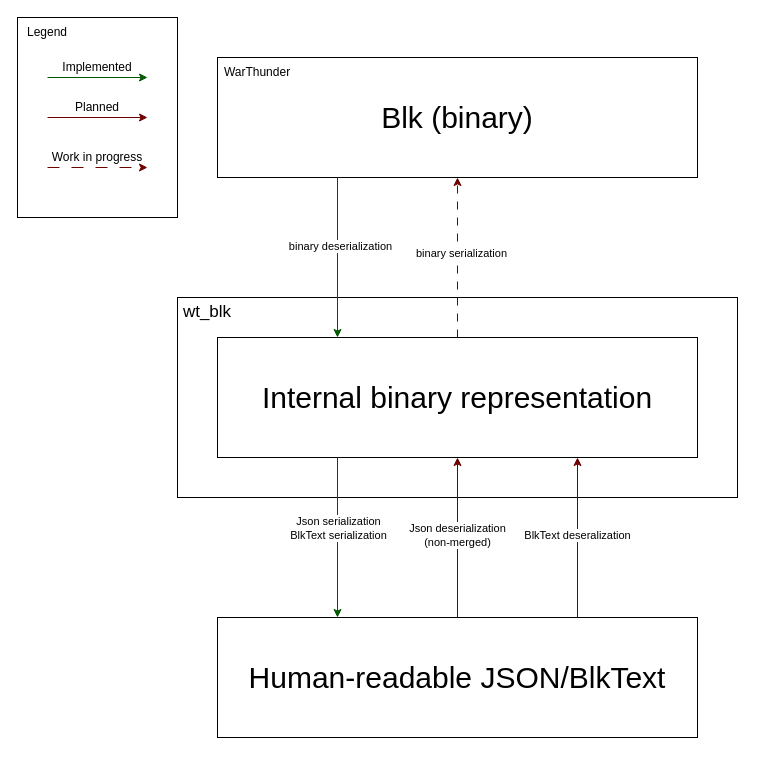
Earlier version of the draw.io diagram charts/blk_conversions.drawio (Warthunder-Open-Source-Foundation/wt_blk). Source tidied: cells renumbered, new cells numbered last; positions are measured from the earlier drawing's top-left corner, leaving out a move shared by most shapes. Both pictures are drawn from the tidied source at 100%, with x=0, y=0 at pixel (17, 17).
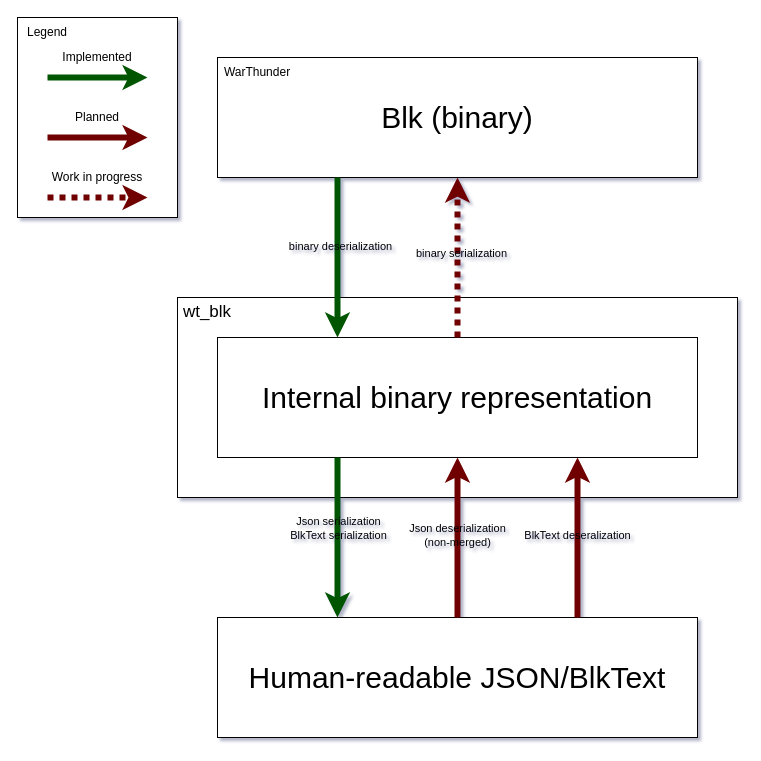
The same page after the edit.

Commit message (it also covers changes not shown here):
Use different commit action

Change to the diagram source:
```diff
@@
-<mxGraphModel>
+<mxGraphModel background="#FFFFFF" shadow="1">
@@
-    <mxCell id="2" style="rounded=0;whiteSpace=wrap;html=1;" parent="1" vertex="1">
+    <mxCell id="2" style="rounded=0;whiteSpace=wrap;html=1;labelBackgroundColor=none;" parent="1" vertex="1">
       <mxGeometry x="160" y="280" width="560" height="200" as="geometry" />
     </mxCell>
-    <mxCell id="3" value="&lt;font style=&quot;font-size: 17px;&quot;&gt;wt_blk&lt;/font&gt;" style="text;html=1;strokeColor=none;fillColor=none;align=center;verticalAlign=middle;whiteSpace=wrap;rounded=0;" parent="1" vertex="1">
+    <mxCell id="3" value="&lt;font style=&quot;font-size: 17px;&quot;&gt;wt_blk&lt;/font&gt;" style="text;html=1;strokeColor=none;fillColor=none;align=center;verticalAlign=middle;whiteSpace=wrap;rounded=0;labelBackgroundColor=none;" parent="1" vertex="1">
       <mxGeometry x="160" y="280" width="60" height="30" as="geometry" />
     </mxCell>
-    <mxCell id="4" value="&lt;font style=&quot;font-size: 30px;&quot;&gt;Blk (binary)&lt;/font&gt;" style="rounded=0;whiteSpace=wrap;html=1;" parent="1" vertex="1">
+    <mxCell id="4" value="&lt;font style=&quot;font-size: 30px;&quot;&gt;Blk (binary)&lt;/font&gt;" style="rounded=0;whiteSpace=wrap;html=1;labelBackgroundColor=none;" parent="1" vertex="1">
       <mxGeometry x="200" y="40" width="480" height="120" as="geometry" />
     </mxCell>
-    <mxCell id="5" value="WarThunder" style="text;html=1;strokeColor=none;fillColor=none;align=center;verticalAlign=middle;whiteSpace=wrap;rounded=0;" parent="1" vertex="1">
+    <mxCell id="5" value="WarThunder" style="text;html=1;strokeColor=none;fillColor=none;align=center;verticalAlign=middle;whiteSpace=wrap;rounded=0;labelBackgroundColor=none;" parent="1" vertex="1">
       <mxGeometry x="200" y="40" width="80" height="30" as="geometry" />
     </mxCell>
-    <mxCell id="6" value="&lt;font style=&quot;font-size: 30px;&quot;&gt;Internal binary representation&lt;/font&gt;" style="rounded=0;whiteSpace=wrap;html=1;" parent="1" vertex="1">
+    <mxCell id="6" value="&lt;font style=&quot;font-size: 30px;&quot;&gt;Internal binary representation&lt;/font&gt;" style="rounded=0;whiteSpace=wrap;html=1;labelBackgroundColor=none;" parent="1" vertex="1">
       <mxGeometry x="200" y="320" width="480" height="120" as="geometry" />
     </mxCell>
-    <mxCell id="7" style="endArrow=classic;html=1;rounded=0;exitX=0.5;exitY=0;exitDx=0;exitDy=0;entryX=0.5;entryY=1;entryDx=0;entryDy=0;fillColor=#a20025;strokeColor=#6F0000;dashed=1;dashPattern=8 8;" parent="1" edge="1" source="6" target="4">
+    <mxCell id="7" style="endArrow=classic;html=1;rounded=0;exitX=0.5;exitY=0;exitDx=0;exitDy=0;entryX=0.5;entryY=1;entryDx=0;entryDy=0;dashed=1;dashPattern=1 1;labelBackgroundColor=none;fontColor=default;fillColor=#a20025;strokeColor=#6F0000;strokeWidth=6;" parent="1" edge="1" source="6" target="4">
       <mxGeometry relative="1" as="geometry" />
     </mxCell>
-    <mxCell id="8" value="binary serialization" style="edgeLabel;html=1;align=center;verticalAlign=middle;" parent="7" vertex="1">
+    <mxCell id="8" value="binary serialization" style="edgeLabel;html=1;align=center;verticalAlign=middle;labelBackgroundColor=none;rounded=0;" parent="7" vertex="1">
       <mxGeometry x="0.06" y="-3" relative="1" as="geometry" />
     </mxCell>
-    <mxCell id="9" style="endArrow=classic;html=1;rounded=0;exitX=0.25;exitY=1;exitDx=0;exitDy=0;entryX=0.25;entryY=0;entryDx=0;entryDy=0;fillColor=#008a00;strokeColor=#005700;" parent="1" edge="1" source="4" target="6">
+    <mxCell id="9" style="endArrow=classic;html=1;rounded=0;exitX=0.25;exitY=1;exitDx=0;exitDy=0;entryX=0.25;entryY=0;entryDx=0;entryDy=0;labelBackgroundColor=none;fontColor=default;fillColor=#008a00;strokeColor=#005700;strokeWidth=6;" parent="1" edge="1" source="4" target="6">
       <mxGeometry relative="1" as="geometry" />
     </mxCell>
-    <mxCell id="10" value="binary deserialization" style="edgeLabel;html=1;align=center;verticalAlign=middle;" parent="9" vertex="1">
+    <mxCell id="10" value="binary deserialization" style="edgeLabel;html=1;align=center;verticalAlign=middle;labelBackgroundColor=none;rounded=0;" parent="9" vertex="1">
       <mxGeometry x="-0.15" y="2" relative="1" as="geometry" />
     </mxCell>
-    <mxCell id="11" value="&lt;font style=&quot;font-size: 30px;&quot;&gt;Human-readable JSON/BlkText&lt;/font&gt;" style="rounded=0;whiteSpace=wrap;html=1;" parent="1" vertex="1">
+    <mxCell id="11" value="&lt;font style=&quot;font-size: 30px;&quot;&gt;Human-readable JSON/BlkText&lt;/font&gt;" style="rounded=0;whiteSpace=wrap;html=1;labelBackgroundColor=none;" parent="1" vertex="1">
       <mxGeometry x="200" y="600" width="480" height="120" as="geometry" />
     </mxCell>
-    <mxCell id="12" style="endArrow=classic;html=1;rounded=0;exitX=0.25;exitY=1;exitDx=0;exitDy=0;entryX=0.25;entryY=0;entryDx=0;entryDy=0;fillColor=#008a00;strokeColor=#005700;" parent="1" edge="1" source="6" target="11">
+    <mxCell id="12" style="endArrow=classic;html=1;rounded=0;exitX=0.25;exitY=1;exitDx=0;exitDy=0;entryX=0.25;entryY=0;entryDx=0;entryDy=0;labelBackgroundColor=none;fontColor=default;fillColor=#008a00;strokeColor=#005700;strokeWidth=6;" parent="1" edge="1" source="6" target="11">
       <mxGeometry relative="1" as="geometry" />
     </mxCell>
-    <mxCell id="13" value="Json serialization&lt;br&gt;BlkText serialization" style="edgeLabel;html=1;align=center;verticalAlign=middle;" parent="12" vertex="1">
+    <mxCell id="13" value="Json serialization&lt;br&gt;BlkText serialization" style="edgeLabel;html=1;align=center;verticalAlign=middle;labelBackgroundColor=none;rounded=0;" parent="12" vertex="1">
       <mxGeometry x="-0.12" relative="1" as="geometry" />
     </mxCell>
-    <mxCell id="14" style="endArrow=classic;html=1;rounded=0;exitX=0.5;exitY=0;exitDx=0;exitDy=0;entryX=0.5;entryY=1;entryDx=0;entryDy=0;fillColor=#a20025;strokeColor=#6F0000;" parent="1" edge="1" source="11" target="6">
+    <mxCell id="14" style="endArrow=classic;html=1;rounded=0;exitX=0.5;exitY=0;exitDx=0;exitDy=0;entryX=0.5;entryY=1;entryDx=0;entryDy=0;labelBackgroundColor=none;fontColor=default;fillColor=#a20025;strokeColor=#6F0000;strokeWidth=6;" parent="1" edge="1" source="11" target="6">
       <mxGeometry relative="1" as="geometry" />
     </mxCell>
-    <mxCell id="15" value="Json deserialization&lt;br&gt;(non-merged)" style="edgeLabel;html=1;align=center;verticalAlign=middle;" parent="14" vertex="1">
+    <mxCell id="15" value="Json deserialization&lt;br&gt;(non-merged)" style="edgeLabel;html=1;align=center;verticalAlign=middle;labelBackgroundColor=none;rounded=0;" parent="14" vertex="1">
       <mxGeometry x="0.04" y="1" relative="1" as="geometry" />
     </mxCell>
-    <mxCell id="16" style="endArrow=classic;html=1;rounded=0;exitX=0.75;exitY=0;exitDx=0;exitDy=0;entryX=0.75;entryY=1;entryDx=0;entryDy=0;fillColor=#a20025;strokeColor=#6F0000;" parent="1" edge="1" source="11" target="6">
+    <mxCell id="16" style="endArrow=classic;html=1;rounded=0;exitX=0.75;exitY=0;exitDx=0;exitDy=0;entryX=0.75;entryY=1;entryDx=0;entryDy=0;labelBackgroundColor=none;fontColor=default;fillColor=#a20025;strokeColor=#6F0000;strokeWidth=6;" parent="1" edge="1" source="11" target="6">
       <mxGeometry relative="1" as="geometry" />
     </mxCell>
-    <mxCell id="17" value="BlkText deseralization" style="edgeLabel;html=1;align=center;verticalAlign=middle;" parent="16" vertex="1">
+    <mxCell id="17" value="BlkText deseralization" style="edgeLabel;html=1;align=center;verticalAlign=middle;labelBackgroundColor=none;rounded=0;" parent="16" vertex="1">
       <mxGeometry x="0.04" y="1" relative="1" as="geometry" />
     </mxCell>
-    <mxCell id="18" style="rounded=0;whiteSpace=wrap;html=1;" parent="1" vertex="1">
+    <mxCell id="18" style="rounded=0;whiteSpace=wrap;html=1;labelBackgroundColor=none;" parent="1" vertex="1">
       <mxGeometry width="160" height="200" as="geometry" />
     </mxCell>
-    <mxCell id="19" value="Legend" style="text;html=1;strokeColor=none;fillColor=none;align=center;verticalAlign=middle;whiteSpace=wrap;rounded=0;" parent="1" vertex="1">
+    <mxCell id="19" value="Legend" style="text;html=1;strokeColor=none;fillColor=none;align=center;verticalAlign=middle;whiteSpace=wrap;rounded=0;labelBackgroundColor=none;" parent="1" vertex="1">
       <mxGeometry width="60" height="30" as="geometry" />
     </mxCell>
-    <mxCell id="20" style="endArrow=classic;html=1;rounded=0;elbow=horizontal;fillColor=#008a00;strokeColor=#005700;" parent="1" edge="1">
+    <mxCell id="20" style="endArrow=classic;html=1;rounded=0;elbow=horizontal;labelBackgroundColor=none;fontColor=default;fillColor=#008a00;strokeColor=#005700;strokeWidth=6;" parent="1" edge="1">
       <mxGeometry relative="1" as="geometry">
         <mxPoint x="30" y="60" as="sourcePoint" />
         <mxPoint x="130" y="60" as="targetPoint" />
       </mxGeometry>
     </mxCell>
-    <mxCell id="21" value="Implemented" style="text;html=1;strokeColor=none;fillColor=none;align=center;verticalAlign=middle;whiteSpace=wrap;rounded=0;" parent="1" vertex="1">
-      <mxGeometry x="50" y="40" width="60" height="20" as="geometry" />
+    <mxCell id="21" value="Implemented" style="text;html=1;strokeColor=none;fillColor=none;align=center;verticalAlign=middle;whiteSpace=wrap;rounded=0;labelBackgroundColor=none;" parent="1" vertex="1">
+      <mxGeometry x="50" y="30" width="60" height="20" as="geometry" />
     </mxCell>
-    <mxCell id="22" style="endArrow=classic;html=1;rounded=0;elbow=horizontal;fillColor=#a20025;strokeColor=#6F0000;" parent="1" edge="1">
+    <mxCell id="22" style="endArrow=classic;html=1;rounded=0;elbow=horizontal;labelBackgroundColor=none;fontColor=default;fillColor=#a20025;strokeColor=#6F0000;strokeWidth=6;" parent="1" edge="1">
       <mxGeometry relative="1" as="geometry">
-        <mxPoint x="30" y="100" as="sourcePoint" />
-        <mxPoint x="130" y="100" as="targetPoint" />
+        <mxPoint x="30" y="120" as="sourcePoint" />
+        <mxPoint x="130" y="120" as="targetPoint" />
       </mxGeometry>
     </mxCell>
-    <mxCell id="23" value="Planned" style="text;html=1;strokeColor=none;fillColor=none;align=center;verticalAlign=middle;whiteSpace=wrap;rounded=0;" parent="1" vertex="1">
-      <mxGeometry x="50" y="80" width="60" height="20" as="geometry" />
+    <mxCell id="23" value="Planned" style="text;html=1;strokeColor=none;fillColor=none;align=center;verticalAlign=middle;whiteSpace=wrap;rounded=0;labelBackgroundColor=none;" parent="1" vertex="1">
+      <mxGeometry x="50" y="90" width="60" height="20" as="geometry" />
     </mxCell>
-    <mxCell id="24" style="endArrow=classic;html=1;rounded=0;elbow=horizontal;fillColor=#a20025;strokeColor=#6F0000;dashed=1;dashPattern=12 12;" parent="1" edge="1">
+    <mxCell id="24" style="endArrow=classic;html=1;rounded=0;elbow=horizontal;dashed=1;dashPattern=1 1;labelBackgroundColor=none;fontColor=default;fillColor=#a20025;strokeColor=#6F0000;strokeWidth=6;" parent="1" edge="1">
       <mxGeometry relative="1" as="geometry">
-        <mxPoint x="30" y="150" as="sourcePoint" />
-        <mxPoint x="130" y="150" as="targetPoint" />
+        <mxPoint x="30" y="180" as="sourcePoint" />
+        <mxPoint x="130" y="180" as="targetPoint" />
       </mxGeometry>
     </mxCell>
-    <mxCell id="25" value="Work in progress" style="text;html=1;strokeColor=none;fillColor=none;align=center;verticalAlign=middle;whiteSpace=wrap;rounded=0;" parent="1" vertex="1">
-      <mxGeometry x="30" y="130" width="100" height="20" as="geometry" />
+    <mxCell id="25" value="Work in progress" style="text;html=1;strokeColor=none;fillColor=none;align=center;verticalAlign=middle;whiteSpace=wrap;rounded=0;labelBackgroundColor=none;" parent="1" vertex="1">
+      <mxGeometry x="30" y="150" width="100" height="20" as="geometry" />
     </mxCell>
```
